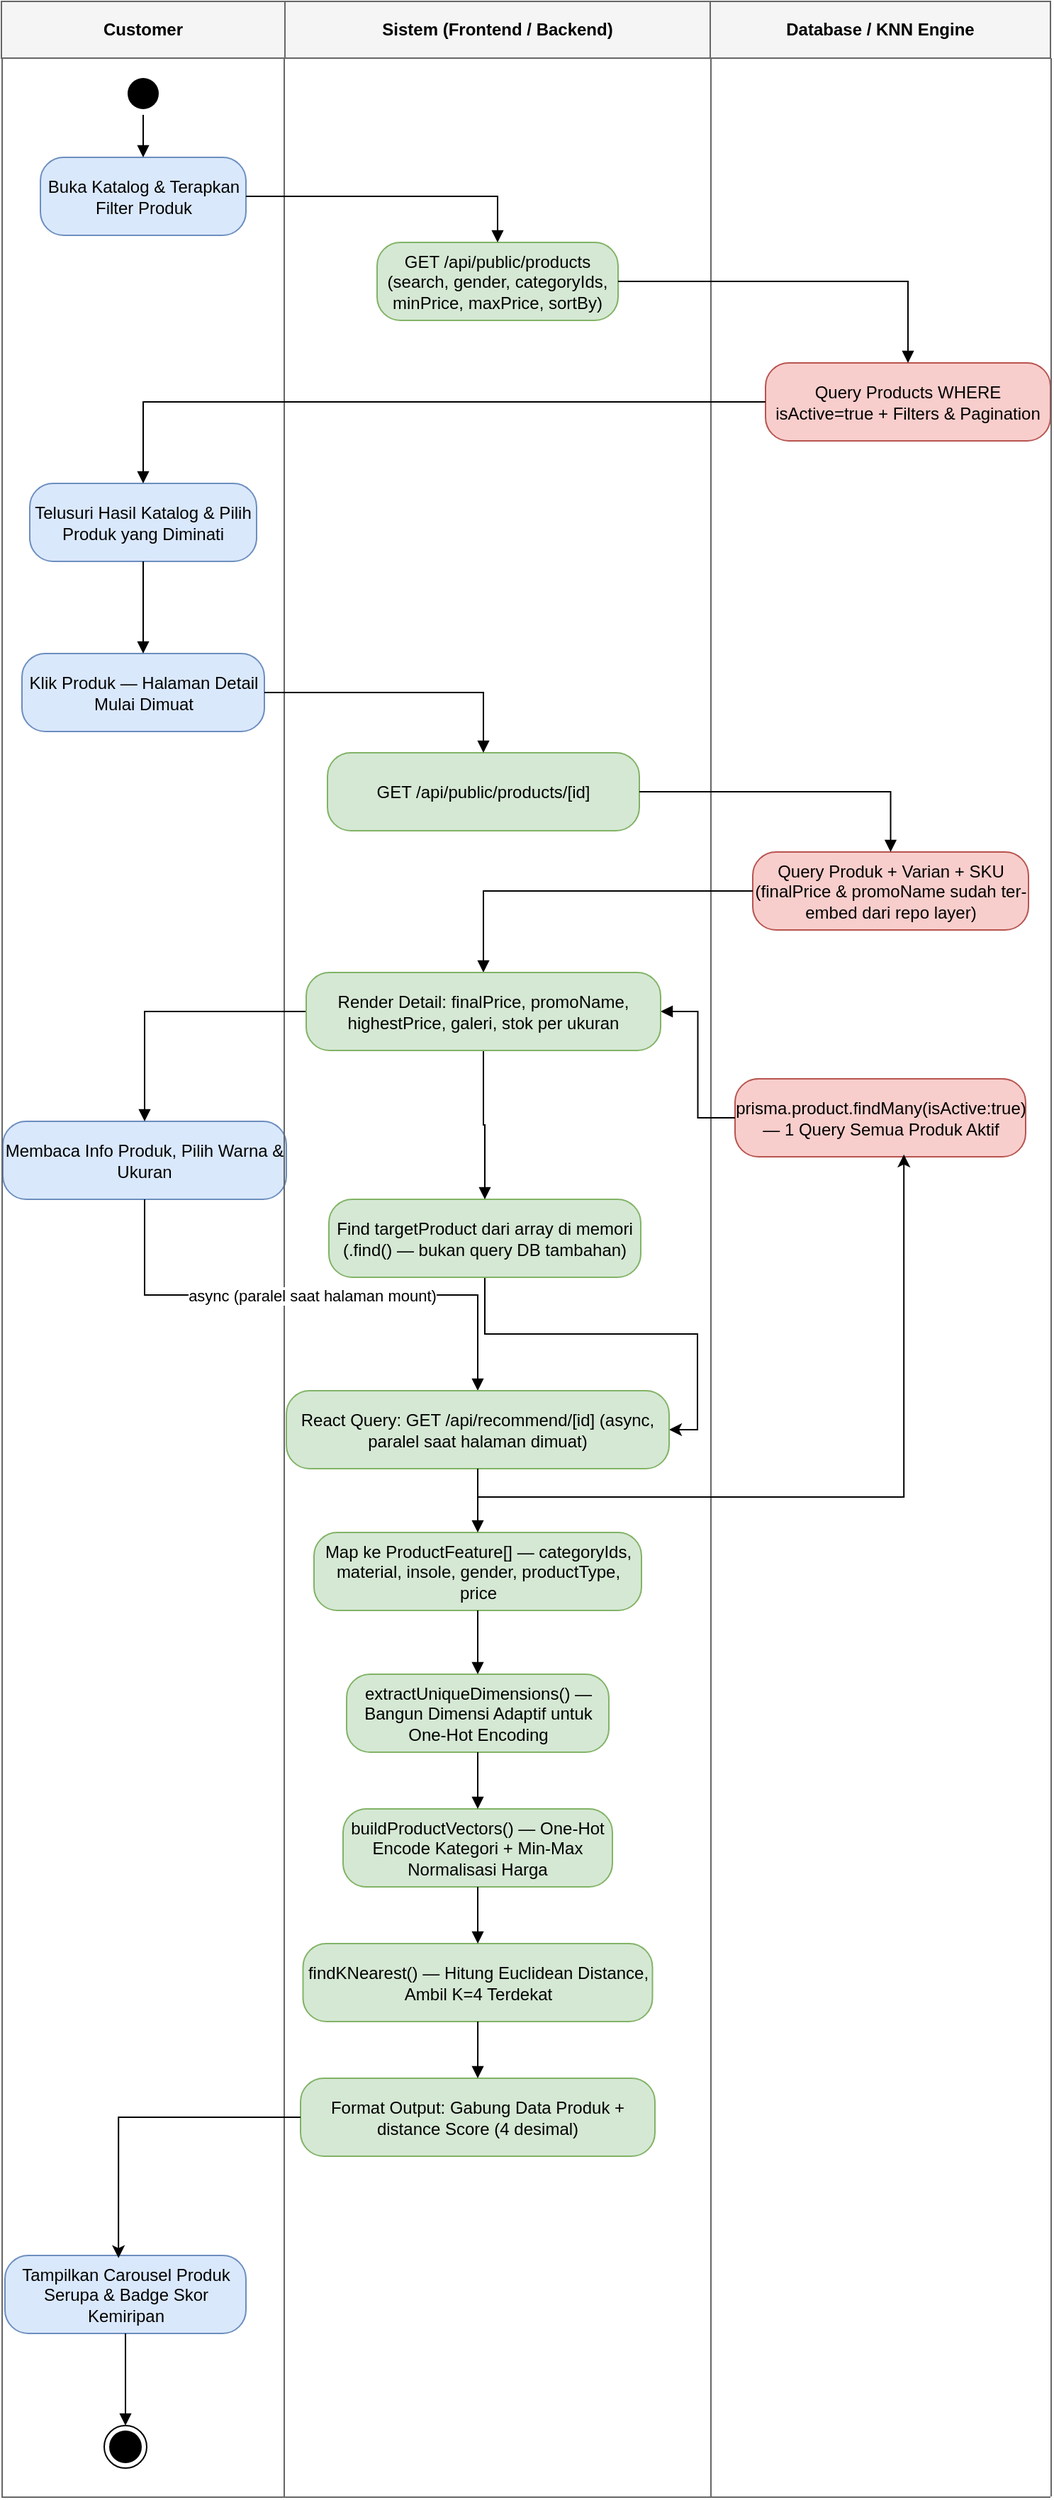
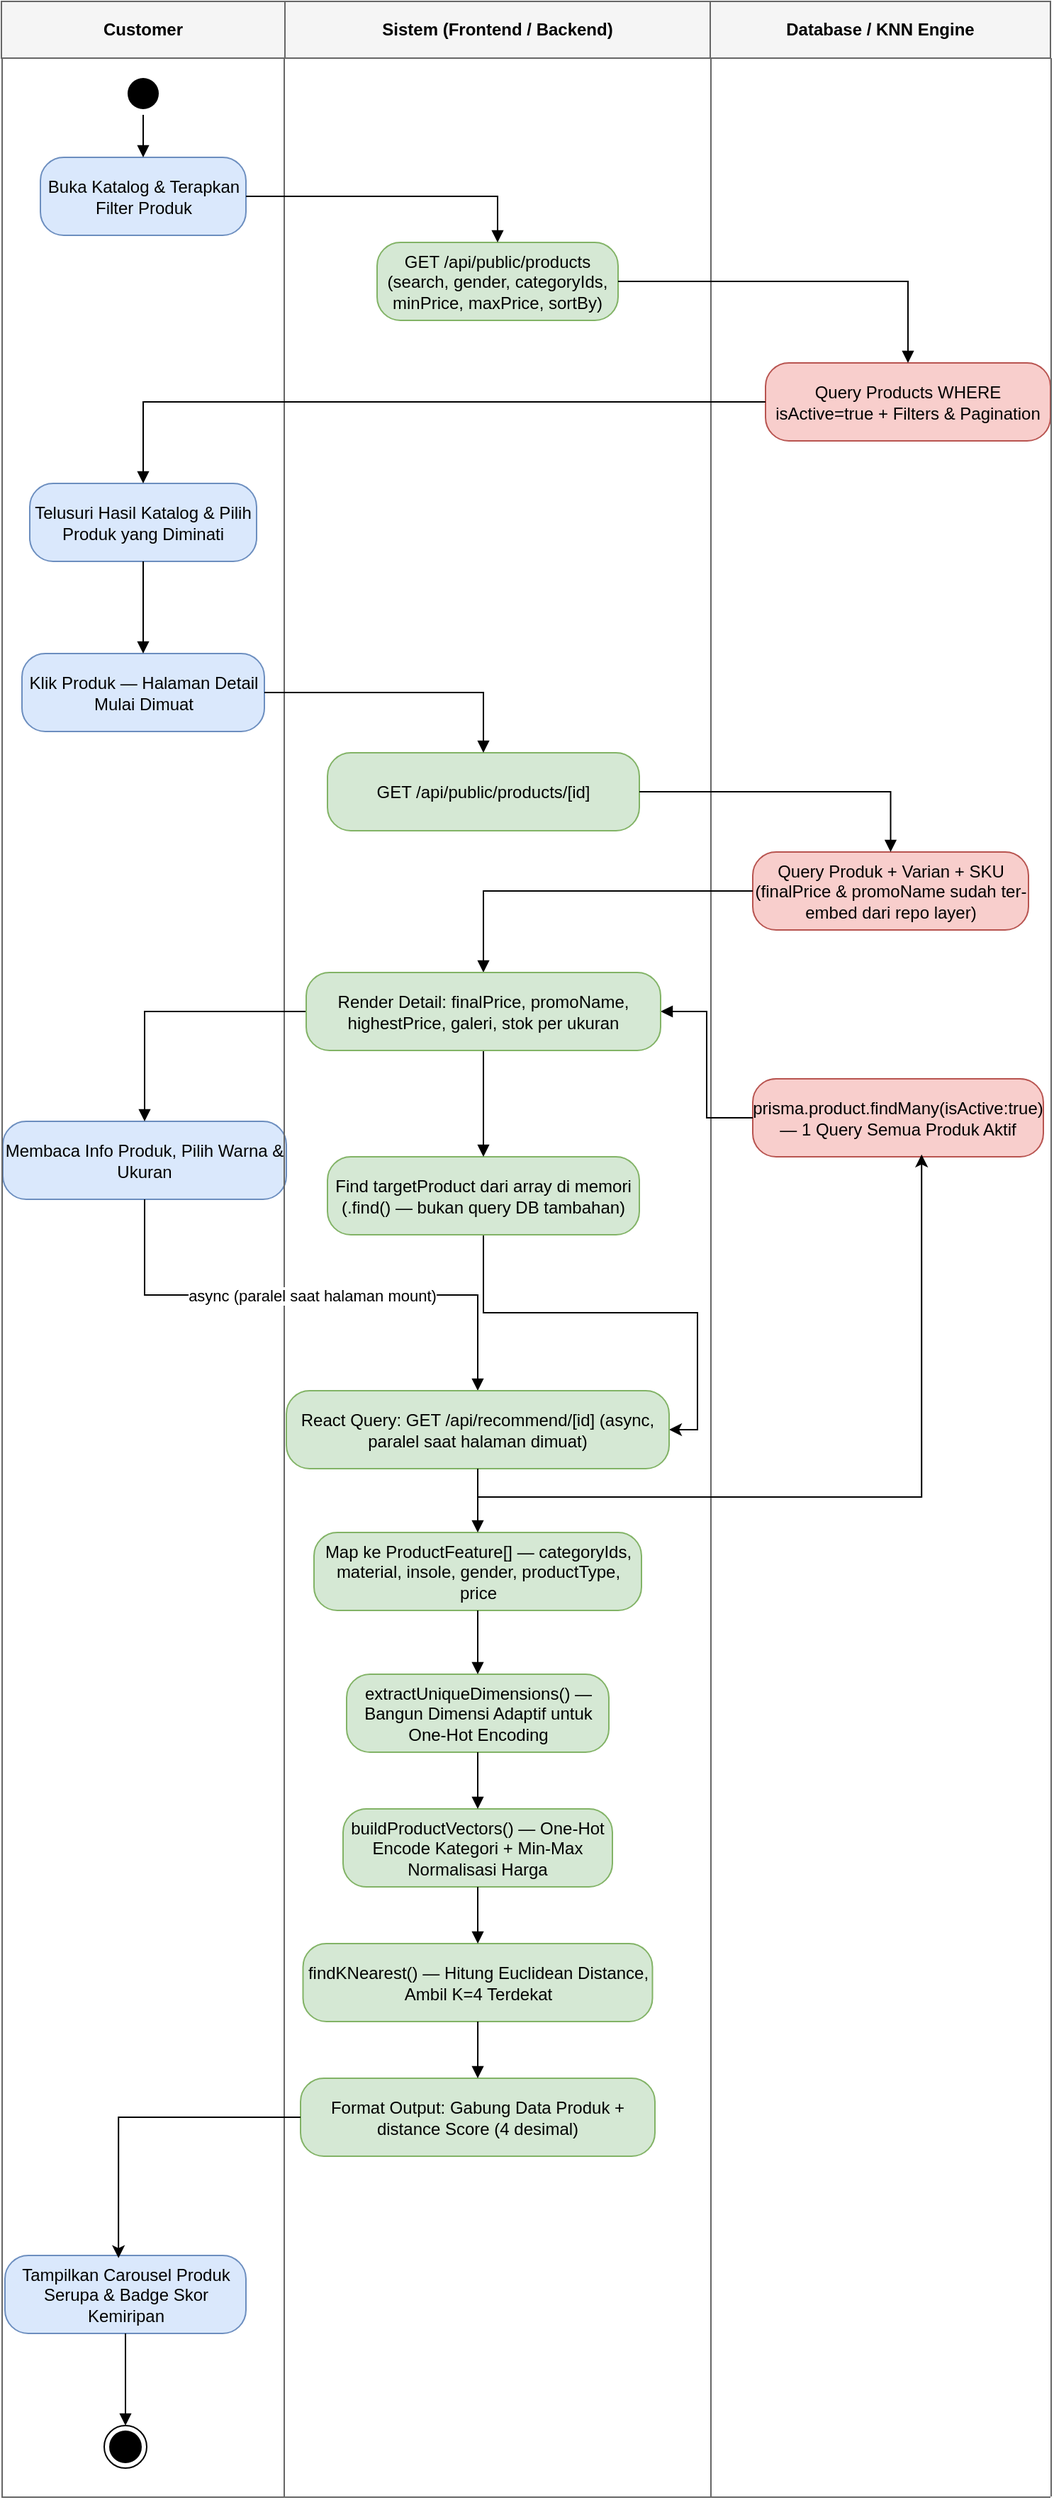
<mxfile host="app.diagrams.net" agent="5.0">
  <diagram name="Activity Diagram - Katalog Produk &amp; Rekomendasi KNN" id="diagram-1">
-     <mxGraphModel dx="1054" dy="560" grid="1" gridSize="10" guides="1" tooltips="1" connect="1" arrows="1" fold="1" page="1" pageScale="1" pageWidth="827" pageHeight="1430" math="0" shadow="0">
+     <mxGraphModel dx="999" dy="531" grid="1" gridSize="10" guides="1" tooltips="1" connect="1" arrows="1" fold="1" page="1" pageScale="1" pageWidth="827" pageHeight="1430" math="0" shadow="0">
      <root>
        <mxCell id="0" />
        <mxCell id="1" parent="0" />
        <mxCell id="hdr_actor" parent="1" style="rounded=0;whiteSpace=wrap;html=1;fillColor=#f5f5f5;strokeColor=#666666;fontStyle=1;align=center;strokeWidth=1;" value="Customer" vertex="1">
          <mxGeometry height="40" width="200" x="40" y="40" as="geometry" />
        </mxCell>
        <mxCell id="hdr_system" parent="1" style="rounded=0;whiteSpace=wrap;html=1;fillColor=#f5f5f5;strokeColor=#666666;fontStyle=1;align=center;strokeWidth=1;" value="Sistem (Frontend / Backend)" vertex="1">
          <mxGeometry height="40" width="300" x="240" y="40" as="geometry" />
        </mxCell>
        <mxCell id="hdr_db" parent="1" style="rounded=0;whiteSpace=wrap;html=1;fillColor=#f5f5f5;strokeColor=#666666;fontStyle=1;align=center;strokeWidth=1;" value="Database / KNN Engine" vertex="1">
          <mxGeometry height="40" width="240" x="540" y="40" as="geometry" />
        </mxCell>
        <mxCell id="start" parent="1" style="ellipse;html=1;shape=startState;fillColor=#000000;strokeColor=none;" value="" vertex="1">
          <mxGeometry height="30" width="30" x="125" y="90" as="geometry" />
        </mxCell>
        <mxCell id="act_open_cat" parent="1" style="rounded=1;whiteSpace=wrap;html=1;arcSize=30;fillColor=#dae8fc;strokeColor=#6c8ebf;" value="Buka Katalog &amp; Terapkan Filter Produk" vertex="1">
          <mxGeometry height="55" width="145" x="67.5" y="150" as="geometry" />
        </mxCell>
        <mxCell id="act_req_cat" parent="1" style="rounded=1;whiteSpace=wrap;html=1;arcSize=30;fillColor=#d5e8d4;strokeColor=#82b366;" value="GET /api/public/products (search, gender, categoryIds, minPrice, maxPrice, sortBy)" vertex="1">
          <mxGeometry height="55" width="170" x="305" y="210" as="geometry" />
        </mxCell>
        <mxCell id="db_cat" parent="1" style="rounded=1;whiteSpace=wrap;html=1;arcSize=30;fillColor=#f8cecc;strokeColor=#b85450;" value="Query Products WHERE isActive=true + Filters &amp; Pagination" vertex="1">
          <mxGeometry height="55" width="201" x="579" y="295" as="geometry" />
        </mxCell>
        <mxCell id="act_browse" parent="1" style="rounded=1;whiteSpace=wrap;html=1;arcSize=30;fillColor=#dae8fc;strokeColor=#6c8ebf;" value="Telusuri Hasil Katalog &amp; Pilih Produk yang Diminati" vertex="1">
          <mxGeometry height="55" width="160" x="60" y="380" as="geometry" />
        </mxCell>
        <mxCell id="act_click" parent="1" style="rounded=1;whiteSpace=wrap;html=1;arcSize=30;fillColor=#dae8fc;strokeColor=#6c8ebf;" value="Klik Produk — Halaman Detail Mulai Dimuat" vertex="1">
          <mxGeometry height="55" width="171" x="54.5" y="500" as="geometry" />
        </mxCell>
        <mxCell id="act_fetch_det" parent="1" style="rounded=1;whiteSpace=wrap;html=1;arcSize=30;fillColor=#d5e8d4;strokeColor=#82b366;" value="GET /api/public/products/[id]" vertex="1">
          <mxGeometry height="55" width="220" x="270" y="570" as="geometry" />
        </mxCell>
        <mxCell id="db_det" parent="1" style="rounded=1;whiteSpace=wrap;html=1;arcSize=30;fillColor=#f8cecc;strokeColor=#b85450;" value="Query Produk + Varian + SKU (finalPrice &amp; promoName sudah ter-embed dari repo layer)" vertex="1">
          <mxGeometry height="55" width="194.5" x="570" y="640" as="geometry" />
        </mxCell>
        <mxCell id="act_read" parent="1" style="rounded=1;whiteSpace=wrap;html=1;arcSize=30;fillColor=#dae8fc;strokeColor=#6c8ebf;" value="Membaca Info Produk, Pilih Warna &amp; Ukuran" vertex="1">
          <mxGeometry height="55" width="200" x="41" y="830" as="geometry" />
        </mxCell>
        <mxCell id="db_knn_one" parent="1" style="rounded=1;whiteSpace=wrap;html=1;arcSize=30;fillColor=#f8cecc;strokeColor=#b85450;" value="prisma.product.findMany(isActive:true) — 1 Query Semua Produk Aktif" vertex="1">
-           <mxGeometry height="55" width="205" x="557.5" y="800" as="geometry" />
+           <mxGeometry height="55" width="205" x="570" y="800" as="geometry" />
        </mxCell>
        <mxCell id="Bm-GhXgoy_bt0cJrzkHf-6" edge="1" parent="1" source="act_find_tgt" style="edgeStyle=orthogonalEdgeStyle;rounded=0;orthogonalLoop=1;jettySize=auto;html=1;entryX=1;entryY=0.5;entryDx=0;entryDy=0;" target="act_knn_fire">
          <mxGeometry relative="1" as="geometry" />
        </mxCell>
        <mxCell id="act_find_tgt" parent="1" style="rounded=1;whiteSpace=wrap;html=1;arcSize=30;fillColor=#d5e8d4;strokeColor=#82b366;" value="Find targetProduct dari array di memori (.find() — bukan query DB tambahan)" vertex="1">
-           <mxGeometry height="55" width="220" x="271" y="885" as="geometry" />
+           <mxGeometry height="55" width="220" x="270" y="855" as="geometry" />
        </mxCell>
        <mxCell id="act_feat_map" parent="1" style="rounded=1;whiteSpace=wrap;html=1;arcSize=30;fillColor=#d5e8d4;strokeColor=#82b366;" value="Map ke ProductFeature[] — categoryIds, material, insole, gender, productType, price" vertex="1">
          <mxGeometry height="55" width="231" x="260.5" y="1120" as="geometry" />
        </mxCell>
        <mxCell id="act_ext_dim" parent="1" style="rounded=1;whiteSpace=wrap;html=1;arcSize=30;fillColor=#d5e8d4;strokeColor=#82b366;" value="extractUniqueDimensions() — Bangun Dimensi Adaptif untuk One-Hot Encoding" vertex="1">
          <mxGeometry height="55" width="185" x="283.5" y="1220" as="geometry" />
        </mxCell>
        <mxCell id="act_vectorize" parent="1" style="rounded=1;whiteSpace=wrap;html=1;arcSize=30;fillColor=#d5e8d4;strokeColor=#82b366;" value="buildProductVectors() — One-Hot Encode Kategori + Min-Max Normalisasi Harga" vertex="1">
          <mxGeometry height="55" width="190" x="281" y="1315" as="geometry" />
        </mxCell>
        <mxCell id="act_knn_dist" parent="1" style="rounded=1;whiteSpace=wrap;html=1;arcSize=30;fillColor=#d5e8d4;strokeColor=#82b366;" value="findKNearest() — Hitung Euclidean Distance, Ambil K=4 Terdekat" vertex="1">
          <mxGeometry height="55" width="246.5" x="252.75" y="1410" as="geometry" />
        </mxCell>
        <mxCell id="act_fmt_out" parent="1" style="rounded=1;whiteSpace=wrap;html=1;arcSize=30;fillColor=#d5e8d4;strokeColor=#82b366;" value="Format Output: Gabung Data Produk + distance Score (4 desimal)" vertex="1">
          <mxGeometry height="55" width="250" x="251" y="1505" as="geometry" />
        </mxCell>
        <mxCell id="act_show" parent="1" style="rounded=1;whiteSpace=wrap;html=1;arcSize=30;fillColor=#dae8fc;strokeColor=#6c8ebf;" value="Tampilkan Carousel Produk Serupa &amp; Badge Skor Kemiripan" vertex="1">
          <mxGeometry height="55" width="170" x="42.5" y="1630" as="geometry" />
        </mxCell>
        <mxCell id="end" parent="1" style="ellipse;html=1;shape=endState;fillColor=#000000;strokeColor=#000000;" value="" vertex="1">
          <mxGeometry height="30" width="30" x="112.5" y="1750" as="geometry" />
        </mxCell>
        <mxCell id="pool_left" parent="1" style="line;strokeWidth=1;fillColor=none;align=left;dashed=0;strokeColor=#666666;direction=south;" value="" vertex="1">
          <mxGeometry height="1720" width="1" x="40" y="80" as="geometry" />
        </mxCell>
        <mxCell id="pool_div1" parent="1" style="line;strokeWidth=1;fillColor=none;align=left;dashed=0;strokeColor=#666666;direction=south;" value="" vertex="1">
          <mxGeometry height="1720" width="1" x="239" y="80" as="geometry" />
        </mxCell>
        <mxCell id="pool_div2" parent="1" style="line;strokeWidth=1;fillColor=none;align=left;dashed=0;strokeColor=#666666;direction=south;" value="" vertex="1">
          <mxGeometry height="1720" width="1" x="540" y="80" as="geometry" />
        </mxCell>
        <mxCell id="pool_right" parent="1" style="line;strokeWidth=1;fillColor=none;align=left;dashed=0;strokeColor=#666666;direction=south;" value="" vertex="1">
          <mxGeometry height="1720" width="1" x="780" y="80" as="geometry" />
        </mxCell>
        <mxCell id="pool_bottom" parent="1" style="line;strokeWidth=1;fillColor=none;align=left;dashed=0;strokeColor=#666666;direction=east;" value="" vertex="1">
          <mxGeometry height="1" width="740" x="40" y="1800" as="geometry" />
        </mxCell>
        <mxCell id="edge_1" edge="1" parent="1" source="start" style="edgeStyle=orthogonalEdgeStyle;rounded=0;orthogonalLoop=1;jettySize=auto;html=1;endArrow=block;" target="act_open_cat" value="">
          <mxGeometry relative="1" as="geometry" />
        </mxCell>
        <mxCell id="edge_2" edge="1" parent="1" source="act_open_cat" style="edgeStyle=orthogonalEdgeStyle;rounded=0;orthogonalLoop=1;jettySize=auto;html=1;endArrow=block;" target="act_req_cat" value="">
          <mxGeometry relative="1" as="geometry" />
        </mxCell>
        <mxCell id="edge_3" edge="1" parent="1" source="act_req_cat" style="edgeStyle=orthogonalEdgeStyle;rounded=0;orthogonalLoop=1;jettySize=auto;html=1;endArrow=block;" target="db_cat" value="">
          <mxGeometry relative="1" as="geometry" />
        </mxCell>
        <mxCell id="edge_4" edge="1" parent="1" source="db_cat" style="edgeStyle=orthogonalEdgeStyle;rounded=0;orthogonalLoop=1;jettySize=auto;html=1;endArrow=block;exitX=0.5;entryX=1;" target="act_browse" value="">
          <mxGeometry relative="1" as="geometry" />
        </mxCell>
        <mxCell id="edge_5" edge="1" parent="1" source="act_browse" style="edgeStyle=orthogonalEdgeStyle;rounded=0;orthogonalLoop=1;jettySize=auto;html=1;endArrow=block;" target="act_click" value="">
          <mxGeometry relative="1" as="geometry" />
        </mxCell>
        <mxCell id="edge_6" edge="1" parent="1" source="act_click" style="edgeStyle=orthogonalEdgeStyle;rounded=0;orthogonalLoop=1;jettySize=auto;html=1;endArrow=block;" target="act_fetch_det" value="">
          <mxGeometry relative="1" as="geometry" />
        </mxCell>
        <mxCell id="edge_7" edge="1" parent="1" source="act_fetch_det" style="edgeStyle=orthogonalEdgeStyle;rounded=0;orthogonalLoop=1;jettySize=auto;html=1;endArrow=block;" target="db_det" value="">
          <mxGeometry relative="1" as="geometry" />
        </mxCell>
        <mxCell id="edge_8" edge="1" parent="1" source="db_det" style="edgeStyle=orthogonalEdgeStyle;rounded=0;orthogonalLoop=1;jettySize=auto;html=1;endArrow=block;exitX=0.5;entryX=1;" target="act_render" value="">
          <mxGeometry relative="1" as="geometry" />
        </mxCell>
        <mxCell id="edge_9" edge="1" parent="1" source="act_render" style="edgeStyle=orthogonalEdgeStyle;rounded=0;orthogonalLoop=1;jettySize=auto;html=1;endArrow=block;" target="act_read" value="">
          <mxGeometry relative="1" as="geometry" />
        </mxCell>
        <mxCell id="edge_10" edge="1" parent="1" source="act_read" style="edgeStyle=orthogonalEdgeStyle;rounded=0;orthogonalLoop=1;jettySize=auto;html=1;endArrow=block;" target="act_knn_fire" value="async (paralel saat halaman mount)">
          <mxGeometry relative="1" as="geometry" />
        </mxCell>
        <mxCell id="edge_12" edge="1" parent="1" source="act_render" style="edgeStyle=orthogonalEdgeStyle;rounded=0;orthogonalLoop=1;jettySize=auto;html=1;endArrow=block;exitX=0.5;entryX=1;" target="act_find_tgt" value="">
          <mxGeometry relative="1" as="geometry" />
        </mxCell>
        <mxCell id="edge_13" edge="1" parent="1" source="act_knn_fire" style="edgeStyle=orthogonalEdgeStyle;rounded=0;orthogonalLoop=1;jettySize=auto;html=1;endArrow=block;" target="act_feat_map" value="">
          <mxGeometry relative="1" as="geometry" />
        </mxCell>
        <mxCell id="edge_14" edge="1" parent="1" source="act_feat_map" style="edgeStyle=orthogonalEdgeStyle;rounded=0;orthogonalLoop=1;jettySize=auto;html=1;endArrow=block;" target="act_ext_dim" value="">
          <mxGeometry relative="1" as="geometry" />
        </mxCell>
        <mxCell id="edge_15" edge="1" parent="1" source="act_ext_dim" style="edgeStyle=orthogonalEdgeStyle;rounded=0;orthogonalLoop=1;jettySize=auto;html=1;endArrow=block;" target="act_vectorize" value="">
          <mxGeometry relative="1" as="geometry" />
        </mxCell>
        <mxCell id="edge_16" edge="1" parent="1" source="act_vectorize" style="edgeStyle=orthogonalEdgeStyle;rounded=0;orthogonalLoop=1;jettySize=auto;html=1;endArrow=block;" target="act_knn_dist" value="">
          <mxGeometry relative="1" as="geometry" />
        </mxCell>
        <mxCell id="edge_17" edge="1" parent="1" source="act_knn_dist" style="edgeStyle=orthogonalEdgeStyle;rounded=0;orthogonalLoop=1;jettySize=auto;html=1;endArrow=block;" target="act_fmt_out" value="">
          <mxGeometry relative="1" as="geometry" />
        </mxCell>
        <mxCell id="edge_19" edge="1" parent="1" source="act_show" style="edgeStyle=orthogonalEdgeStyle;rounded=0;orthogonalLoop=1;jettySize=auto;html=1;endArrow=block;" target="end" value="">
          <mxGeometry relative="1" as="geometry" />
        </mxCell>
        <mxCell id="Bm-GhXgoy_bt0cJrzkHf-1" edge="1" parent="1" source="db_knn_one" style="edgeStyle=orthogonalEdgeStyle;rounded=0;orthogonalLoop=1;jettySize=auto;html=1;endArrow=block;exitX=0.5;entryX=1;entryY=0.5;entryDx=0;entryDy=0;" target="act_render" value="">
          <mxGeometry relative="1" as="geometry">
            <mxPoint x="535" y="637" as="sourcePoint" />
            <mxPoint x="390" y="710" as="targetPoint" />
          </mxGeometry>
        </mxCell>
        <mxCell id="act_render" parent="1" style="rounded=1;whiteSpace=wrap;html=1;arcSize=30;fillColor=#d5e8d4;strokeColor=#82b366;" value="Render Detail: finalPrice, promoName, highestPrice, galeri, stok per ukuran" vertex="1">
          <mxGeometry height="55" width="250" x="255" y="725" as="geometry" />
        </mxCell>
        <mxCell id="act_knn_fire" parent="1" style="rounded=1;whiteSpace=wrap;html=1;arcSize=30;fillColor=#d5e8d4;strokeColor=#82b366;" value="React Query: GET /api/recommend/[id] (async, paralel saat halaman dimuat)" vertex="1">
          <mxGeometry height="55" width="270" x="241" y="1020" as="geometry" />
        </mxCell>
        <mxCell id="Bm-GhXgoy_bt0cJrzkHf-5" edge="1" parent="1" source="act_knn_fire" style="edgeStyle=orthogonalEdgeStyle;rounded=0;orthogonalLoop=1;jettySize=auto;html=1;entryX=0.581;entryY=0.971;entryDx=0;entryDy=0;entryPerimeter=0;exitX=0.5;exitY=1;exitDx=0;exitDy=0;" target="db_knn_one">
          <mxGeometry relative="1" as="geometry" />
        </mxCell>
        <mxCell id="Bm-GhXgoy_bt0cJrzkHf-7" edge="1" parent="1" source="act_fmt_out" style="edgeStyle=orthogonalEdgeStyle;rounded=0;orthogonalLoop=1;jettySize=auto;html=1;entryX=0.471;entryY=0.033;entryDx=0;entryDy=0;entryPerimeter=0;" target="act_show">
          <mxGeometry relative="1" as="geometry" />
        </mxCell>
      </root>
    </mxGraphModel>
  </diagram>
</mxfile>
